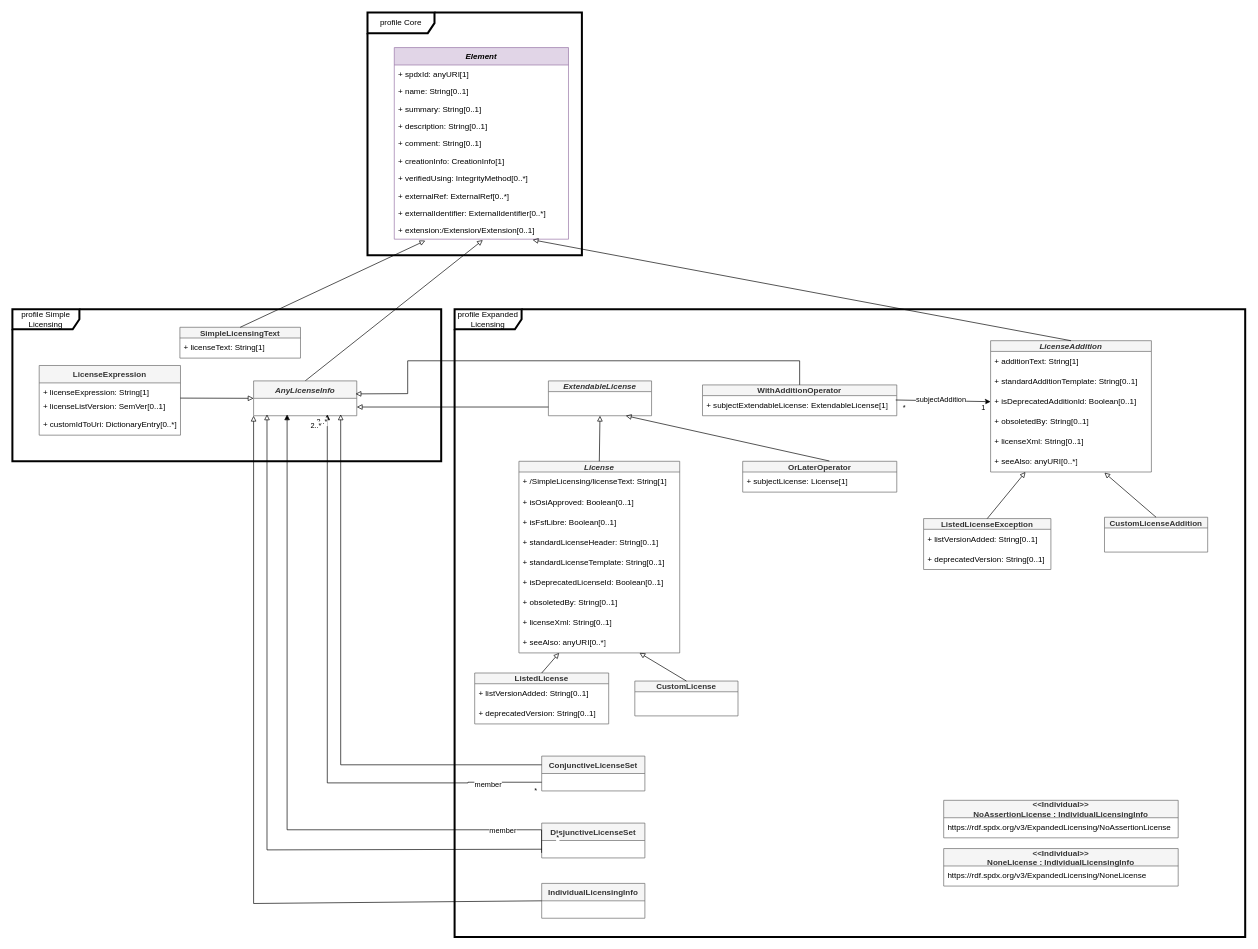
This is page "Licensing" (2 of 7) of model.drawio from spdx/spdx-3-model, a draw.io file, before an edit. Source tidied: cells renumbered, new cells numbered last; positions are measured from the earlier drawing's top-left corner, leaving out a move shared by most shapes. Both pictures are drawn from the tidied source at 67%, with x=0, y=0 at pixel (12, 12).
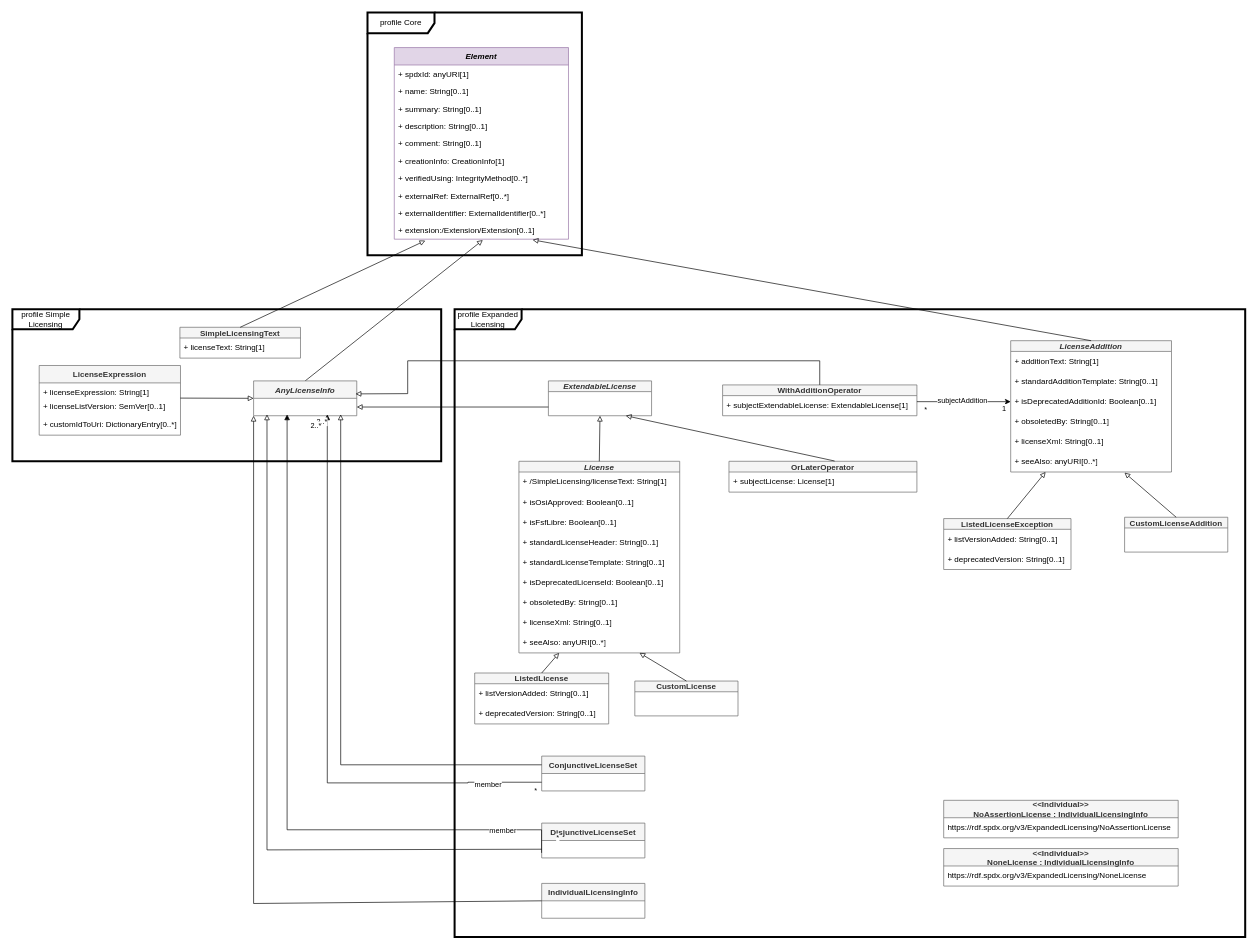
The same page after the edit.

The change refers to these unchanged cells:
```xml
<mxCell id="18" value="AnyLicenseInfo" style="swimlane;fontStyle=3;horizontal=1;startSize=26;fillColor=#f5f5f5;strokeColor=#666666;fontColor=#333333;" parent="1" vertex="1">
  <mxGeometry x="360" y="550" width="154" height="52" as="geometry" />
</mxCell>
<mxCell id="46" value="+ isDeprecatedAdditionId: Boolean[0..1]" style="text;strokeColor=none;fillColor=none;align=left;verticalAlign=middle;spacingLeft=4;spacingRight=4;overflow=hidden;points=[[0,0.5],[1,0.5]];portConstraint=eastwest;whiteSpace=wrap;html=1;" parent="43" vertex="1">
  <mxGeometry y="76" width="240" height="30" as="geometry" />
</mxCell>
```

What changed in the source:
```diff
@@
     <mxCell id="43" value="LicenseAddition" style="swimlane;fontStyle=3;horizontal=1;startSize=16;fillColor=#f5f5f5;strokeColor=#666666;fontColor=#333333;" parent="1" vertex="1">
-      <mxGeometry x="1460" y="490" width="240" height="196" as="geometry" />
+      <mxGeometry x="1490" y="490" width="240" height="196" as="geometry" />
     </mxCell>
@@
     <mxCell id="50" value="CustomLicenseAddition" style="swimlane;fontStyle=1;horizontal=1;startSize=16;fillColor=#f5f5f5;strokeColor=#666666;fontColor=#333333;" parent="1" vertex="1">
-      <mxGeometry x="1630" y="753.5" width="154" height="52" as="geometry" />
+      <mxGeometry x="1660" y="753.5" width="154" height="52" as="geometry" />
     </mxCell>
@@
     <mxCell id="62" value="ListedLicenseException" style="swimlane;fontStyle=1;horizontal=1;startSize=16;fillColor=#f5f5f5;strokeColor=#666666;fontColor=#333333;" parent="1" vertex="1">
-      <mxGeometry x="1360" y="755.5" width="190" height="76" as="geometry" />
+      <mxGeometry x="1390" y="755.5" width="190" height="76" as="geometry" />
     </mxCell>
@@
     <mxCell id="67" value="OrLaterOperator" style="swimlane;fontStyle=1;horizontal=1;startSize=16;fillColor=#f5f5f5;strokeColor=#666666;fontColor=#333333;" parent="1" vertex="1">
-      <mxGeometry x="1090" y="670" width="230" height="46" as="geometry" />
+      <mxGeometry x="1069.5" y="670" width="280.5" height="46" as="geometry" />
     </mxCell>
-    <mxCell id="68" value="+ subjectLicense: License[1]" style="text;strokeColor=none;fillColor=none;align=left;verticalAlign=middle;spacingLeft=4;spacingRight=4;overflow=hidden;whiteSpace=wrap;html=1;" parent="67" vertex="1">
-      <mxGeometry y="16" width="230" height="30" as="geometry" />
-    </mxCell>
+    <mxCell id="72" value="+ subjectLicense: License[1]" style="text;strokeColor=none;fillColor=none;align=left;verticalAlign=middle;spacingLeft=4;spacingRight=4;overflow=hidden;whiteSpace=wrap;html=1;" parent="67" vertex="1">
+      <mxGeometry y="16" width="280.5" height="30" as="geometry" />
+    </mxCell>
@@
     <mxCell id="71" value="WithAdditionOperator" style="swimlane;fontStyle=1;horizontal=1;startSize=16;fillColor=#f5f5f5;strokeColor=#666666;fontColor=#333333;" parent="1" vertex="1">
-      <mxGeometry x="1030" y="556" width="290" height="46" as="geometry" />
+      <mxGeometry x="1060" y="556" width="290" height="46" as="geometry" />
     </mxCell>
-    <mxCell id="72" value="+ subjectExtendableLicense: ExtendableLicense[1]" style="text;strokeColor=none;fillColor=none;align=left;verticalAlign=middle;spacingLeft=4;spacingRight=4;overflow=hidden;whiteSpace=wrap;html=1;" parent="71" vertex="1">
-      <mxGeometry y="16" width="290" height="30" as="geometry" />
-    </mxCell>
+    <mxCell id="87" value="+ subjectExtendableLicense: ExtendableLicense[1]" style="text;strokeColor=none;fillColor=none;align=left;verticalAlign=middle;spacingLeft=4;spacingRight=4;overflow=hidden;whiteSpace=wrap;html=1;" parent="71" vertex="1">
+      <mxGeometry y="16" width="290" height="30" as="geometry" />
+    </mxCell>
     <mxCell id="73" style="endArrow=block;html=1;rounded=0;exitX=0.5;exitY=0;exitDx=0;exitDy=0;endFill=0;entryX=0.988;entryY=0.373;entryDx=0;entryDy=0;entryPerimeter=0;" parent="1" edge="1" source="71" target="18">
       <mxGeometry relative="1" as="geometry">
         <Array as="points">
-          <mxPoint x="1175" y="520" />
+          <mxPoint x="1205" y="520" />
           <mxPoint x="590" y="520" />
           <mxPoint x="590" y="569" />
         </Array>
       </mxGeometry>
     </mxCell>
-    <mxCell id="74" style="endArrow=classic;html=1;rounded=0;exitX=0.993;exitY=0.217;exitDx=0;exitDy=0;exitPerimeter=0;entryX=0;entryY=0.5;entryDx=0;entryDy=0;" parent="1" edge="1" target="46">
+    <mxCell id="74" style="endArrow=classic;html=1;rounded=0;entryX=0;entryY=0.5;entryDx=0;entryDy=0;" parent="1" edge="1" target="46">
       <mxGeometry relative="1" as="geometry">
-        <mxPoint x="1318.4" y="578.5" as="sourcePoint" />
+        <mxPoint x="1350" y="581" as="sourcePoint" />
       </mxGeometry>
     </mxCell>
```
